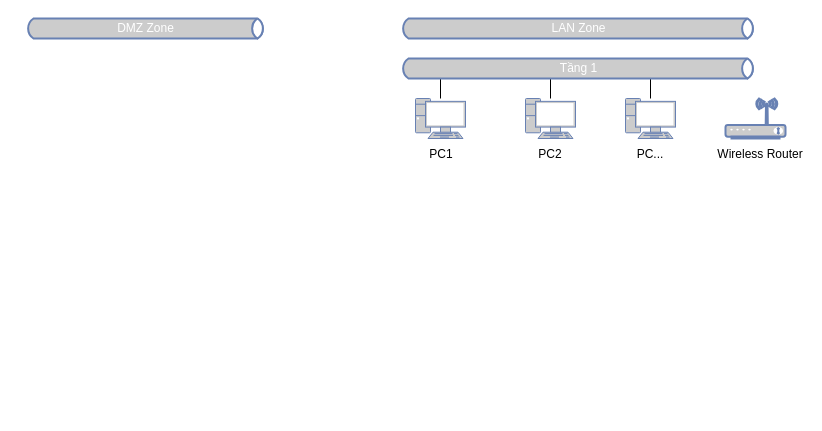
Above: sodonguyenlymanglan.drawio in pnptai94/giaydiduongbluezone (draw.io), before the change. Source tidied: cells renumbered, new cells numbered last; positions are measured from the earlier drawing's top-left corner, leaving out a move shared by most shapes. Both pictures are drawn from the tidied source at 100%, with x=0, y=0 at pixel (25, 18).
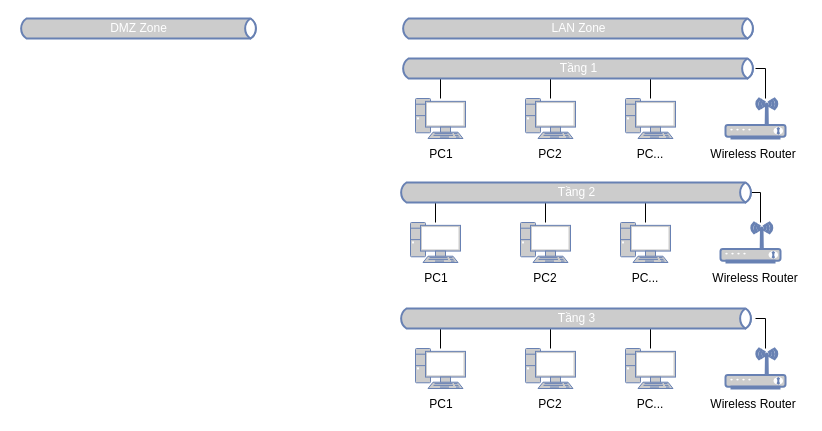
Above is the later version.

Unchanged cells that the change refers to:
```xml
<mxCell id="6" style="fontColor=#0066CC;verticalAlign=top;verticalLabelPosition=bottom;labelPosition=center;align=center;html=1;outlineConnect=0;fillColor=#CCCCCC;strokeColor=#6881B3;gradientColor=none;gradientDirection=north;strokeWidth=2;shape=mxgraph.networks.wireless_modem;" parent="1" vertex="1">
  <mxGeometry x="700" y="80" width="60" height="40" as="geometry" />
</mxCell>
```

Change to the diagram source:
```diff
@@
     <mxCell id="3" value="DMZ Zone" style="html=1;fillColor=#CCCCCC;strokeColor=#6881B3;gradientColor=none;gradientDirection=north;strokeWidth=2;shape=mxgraph.networks.bus;gradientColor=none;gradientDirection=north;fontColor=#ffffff;perimeter=backbonePerimeter;backboneSize=20;" parent="1" vertex="1">
-      <mxGeometry width="240" height="20" as="geometry" />
+      <mxGeometry x="-7" width="240" height="20" as="geometry" />
     </mxCell>
@@
     <mxCell id="14" value="Wireless Router" style="text;html=1;strokeColor=none;fillColor=none;align=center;verticalAlign=middle;whiteSpace=wrap;rounded=0;" parent="1" vertex="1">
-      <mxGeometry x="690" y="126" width="90" height="20" as="geometry" />
+      <mxGeometry x="683" y="126" width="90" height="20" as="geometry" />
     </mxCell>
+    <mxCell id="16" style="edgeStyle=orthogonalEdgeStyle;rounded=0;jettySize=auto;html=1;endArrow=none;endFill=0;" parent="1" edge="1" target="6">
+      <mxGeometry relative="1" as="geometry">
+        <mxPoint x="730" y="50" as="sourcePoint" />
+        <Array as="points">
+          <mxPoint x="740" y="50" />
+        </Array>
+      </mxGeometry>
+    </mxCell>
@@
+    <mxCell id="17" style="edgeStyle=none;rounded=0;jettySize=auto;html=1;endArrow=none;endFill=0;" parent="1" edge="1" source="18" target="29">
+      <mxGeometry relative="1" as="geometry" />
+    </mxCell>
+    <mxCell id="18" style="fontColor=#0066CC;verticalAlign=top;verticalLabelPosition=bottom;labelPosition=center;align=center;html=1;outlineConnect=0;fillColor=#CCCCCC;strokeColor=#6881B3;gradientColor=none;gradientDirection=north;strokeWidth=2;shape=mxgraph.networks.pc;" parent="1" vertex="1">
+      <mxGeometry x="385" y="204" width="50" height="40" as="geometry" />
+    </mxCell>
+    <mxCell id="19" style="fontColor=#0066CC;verticalAlign=top;verticalLabelPosition=bottom;labelPosition=center;align=center;html=1;outlineConnect=0;fillColor=#CCCCCC;strokeColor=#6881B3;gradientColor=none;gradientDirection=north;strokeWidth=2;shape=mxgraph.networks.wireless_modem;" parent="1" vertex="1">
+      <mxGeometry x="695" y="204" width="60" height="40" as="geometry" />
+    </mxCell>
+    <mxCell id="20" style="edgeStyle=none;rounded=0;jettySize=auto;html=1;endArrow=none;endFill=0;" parent="1" edge="1" source="21" target="29">
+      <mxGeometry relative="1" as="geometry" />
+    </mxCell>
+    <mxCell id="21" style="fontColor=#0066CC;verticalAlign=top;verticalLabelPosition=bottom;labelPosition=center;align=center;html=1;outlineConnect=0;fillColor=#CCCCCC;strokeColor=#6881B3;gradientColor=none;gradientDirection=north;strokeWidth=2;shape=mxgraph.networks.pc;" parent="1" vertex="1">
+      <mxGeometry x="495" y="204" width="50" height="40" as="geometry" />
+    </mxCell>
+    <mxCell id="22" style="edgeStyle=none;rounded=0;jettySize=auto;html=1;endArrow=none;endFill=0;" parent="1" edge="1" source="23" target="29">
+      <mxGeometry relative="1" as="geometry" />
+    </mxCell>
+    <mxCell id="23" style="fontColor=#0066CC;verticalAlign=top;verticalLabelPosition=bottom;labelPosition=center;align=center;html=1;outlineConnect=0;fillColor=#CCCCCC;strokeColor=#6881B3;gradientColor=none;gradientDirection=north;strokeWidth=2;shape=mxgraph.networks.pc;" parent="1" vertex="1">
+      <mxGeometry x="595" y="204" width="50" height="40" as="geometry" />
+    </mxCell>
+    <mxCell id="24" value="PC1" style="text;html=1;strokeColor=none;fillColor=none;align=center;verticalAlign=middle;whiteSpace=wrap;rounded=0;" parent="1" vertex="1">
+      <mxGeometry x="381" y="250" width="60" height="20" as="geometry" />
+    </mxCell>
+    <mxCell id="25" value="PC2" style="text;html=1;strokeColor=none;fillColor=none;align=center;verticalAlign=middle;whiteSpace=wrap;rounded=0;" parent="1" vertex="1">
+      <mxGeometry x="490" y="250" width="60" height="20" as="geometry" />
+    </mxCell>
+    <mxCell id="26" value="PC..." style="text;html=1;strokeColor=none;fillColor=none;align=center;verticalAlign=middle;whiteSpace=wrap;rounded=0;" parent="1" vertex="1">
+      <mxGeometry x="590" y="250" width="60" height="20" as="geometry" />
+    </mxCell>
+    <mxCell id="27" value="Wireless Router" style="text;html=1;strokeColor=none;fillColor=none;align=center;verticalAlign=middle;whiteSpace=wrap;rounded=0;" parent="1" vertex="1">
+      <mxGeometry x="685" y="250" width="90" height="20" as="geometry" />
+    </mxCell>
+    <mxCell id="28" style="edgeStyle=orthogonalEdgeStyle;rounded=0;jettySize=auto;html=1;endArrow=none;endFill=0;" parent="1" edge="1" target="19">
+      <mxGeometry relative="1" as="geometry">
+        <mxPoint x="725" y="174" as="sourcePoint" />
+        <Array as="points">
+          <mxPoint x="735" y="174" />
+        </Array>
+      </mxGeometry>
+    </mxCell>
+    <mxCell id="29" value="Tầng 2" style="html=1;outlineConnect=0;fillColor=#CCCCCC;strokeColor=#6881B3;gradientColor=none;gradientDirection=north;strokeWidth=2;shape=mxgraph.networks.bus;gradientColor=none;gradientDirection=north;fontColor=#ffffff;perimeter=backbonePerimeter;backboneSize=20;" parent="1" vertex="1">
+      <mxGeometry x="373" y="164" width="355" height="20" as="geometry" />
+    </mxCell>
+    <mxCell id="30" style="edgeStyle=none;rounded=0;jettySize=auto;html=1;endArrow=none;endFill=0;" parent="1" edge="1" source="31" target="42">
+      <mxGeometry relative="1" as="geometry" />
+    </mxCell>
+    <mxCell id="31" style="fontColor=#0066CC;verticalAlign=top;verticalLabelPosition=bottom;labelPosition=center;align=center;html=1;outlineConnect=0;fillColor=#CCCCCC;strokeColor=#6881B3;gradientColor=none;gradientDirection=north;strokeWidth=2;shape=mxgraph.networks.pc;" parent="1" vertex="1">
+      <mxGeometry x="390" y="330" width="50" height="40" as="geometry" />
+    </mxCell>
+    <mxCell id="32" style="fontColor=#0066CC;verticalAlign=top;verticalLabelPosition=bottom;labelPosition=center;align=center;html=1;outlineConnect=0;fillColor=#CCCCCC;strokeColor=#6881B3;gradientColor=none;gradientDirection=north;strokeWidth=2;shape=mxgraph.networks.wireless_modem;" parent="1" vertex="1">
+      <mxGeometry x="700" y="330" width="60" height="40" as="geometry" />
+    </mxCell>
+    <mxCell id="33" style="edgeStyle=none;rounded=0;jettySize=auto;html=1;endArrow=none;endFill=0;" parent="1" edge="1" source="34" target="42">
+      <mxGeometry relative="1" as="geometry" />
+    </mxCell>
+    <mxCell id="34" style="fontColor=#0066CC;verticalAlign=top;verticalLabelPosition=bottom;labelPosition=center;align=center;html=1;outlineConnect=0;fillColor=#CCCCCC;strokeColor=#6881B3;gradientColor=none;gradientDirection=north;strokeWidth=2;shape=mxgraph.networks.pc;" parent="1" vertex="1">
+      <mxGeometry x="500" y="330" width="50" height="40" as="geometry" />
+    </mxCell>
+    <mxCell id="35" style="edgeStyle=none;rounded=0;jettySize=auto;html=1;endArrow=none;endFill=0;" parent="1" edge="1" source="36" target="42">
+      <mxGeometry relative="1" as="geometry" />
+    </mxCell>
+    <mxCell id="36" style="fontColor=#0066CC;verticalAlign=top;verticalLabelPosition=bottom;labelPosition=center;align=center;html=1;outlineConnect=0;fillColor=#CCCCCC;strokeColor=#6881B3;gradientColor=none;gradientDirection=north;strokeWidth=2;shape=mxgraph.networks.pc;" parent="1" vertex="1">
+      <mxGeometry x="600" y="330" width="50" height="40" as="geometry" />
+    </mxCell>
+    <mxCell id="37" value="PC1" style="text;html=1;strokeColor=none;fillColor=none;align=center;verticalAlign=middle;whiteSpace=wrap;rounded=0;" parent="1" vertex="1">
+      <mxGeometry x="386" y="376" width="60" height="20" as="geometry" />
+    </mxCell>
+    <mxCell id="38" value="PC2" style="text;html=1;strokeColor=none;fillColor=none;align=center;verticalAlign=middle;whiteSpace=wrap;rounded=0;" parent="1" vertex="1">
+      <mxGeometry x="495" y="376" width="60" height="20" as="geometry" />
+    </mxCell>
+    <mxCell id="39" value="PC..." style="text;html=1;strokeColor=none;fillColor=none;align=center;verticalAlign=middle;whiteSpace=wrap;rounded=0;" parent="1" vertex="1">
+      <mxGeometry x="595" y="376" width="60" height="20" as="geometry" />
+    </mxCell>
+    <mxCell id="40" value="Wireless Router" style="text;html=1;strokeColor=none;fillColor=none;align=center;verticalAlign=middle;whiteSpace=wrap;rounded=0;" parent="1" vertex="1">
+      <mxGeometry x="683" y="376" width="90" height="20" as="geometry" />
+    </mxCell>
+    <mxCell id="41" style="edgeStyle=orthogonalEdgeStyle;rounded=0;jettySize=auto;html=1;endArrow=none;endFill=0;" parent="1" edge="1" target="32">
+      <mxGeometry relative="1" as="geometry">
+        <mxPoint x="730" y="300" as="sourcePoint" />
+        <Array as="points">
+          <mxPoint x="740" y="300" />
+        </Array>
+      </mxGeometry>
+    </mxCell>
+    <mxCell id="42" value="Tầng 3" style="html=1;outlineConnect=0;fillColor=#CCCCCC;strokeColor=#6881B3;gradientColor=none;gradientDirection=north;strokeWidth=2;shape=mxgraph.networks.bus;gradientColor=none;gradientDirection=north;fontColor=#ffffff;perimeter=backbonePerimeter;backboneSize=20;" parent="1" vertex="1">
+      <mxGeometry x="373" y="290" width="355" height="20" as="geometry" />
+    </mxCell>
```
